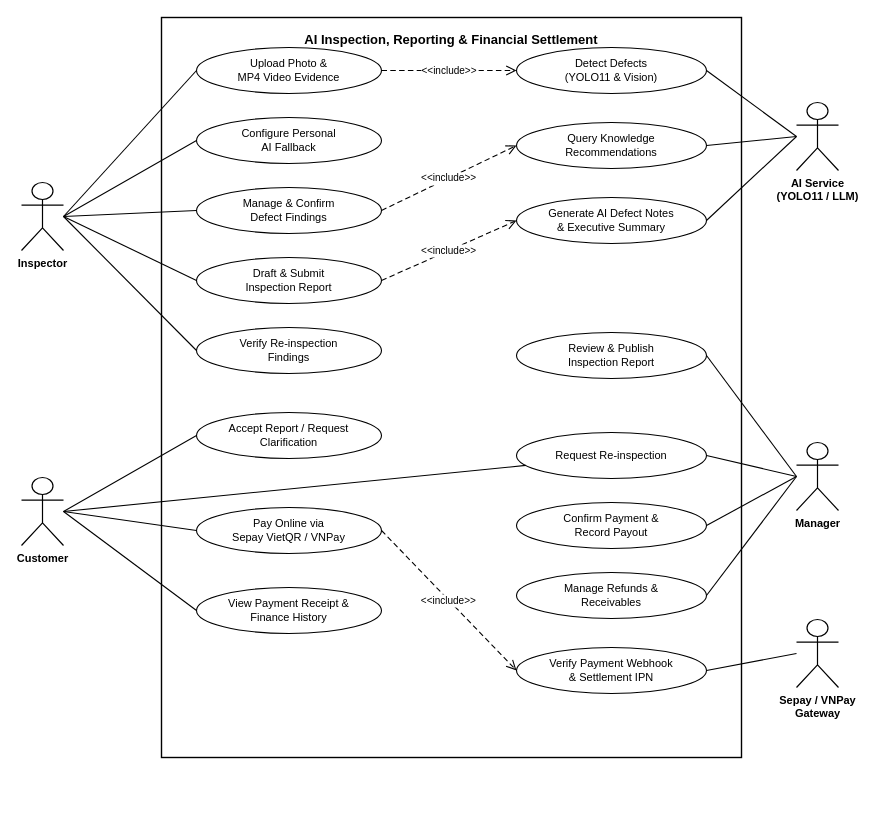
This is page "UC-4 AI, Reporting & Settlement" (4 of 5) of diagrams/smartdrone-use-case-diagrams.drawio from tungbach12/SmartDroneInspection-Docs, a draw.io file, before an edit. Source tidied: cells renumbered, new cells numbered last; positions are measured from the earlier drawing's top-left corner, leaving out a move shared by most shapes. Both pictures are drawn from the tidied source at 100%, with x=0, y=0 at pixel (21, 17).
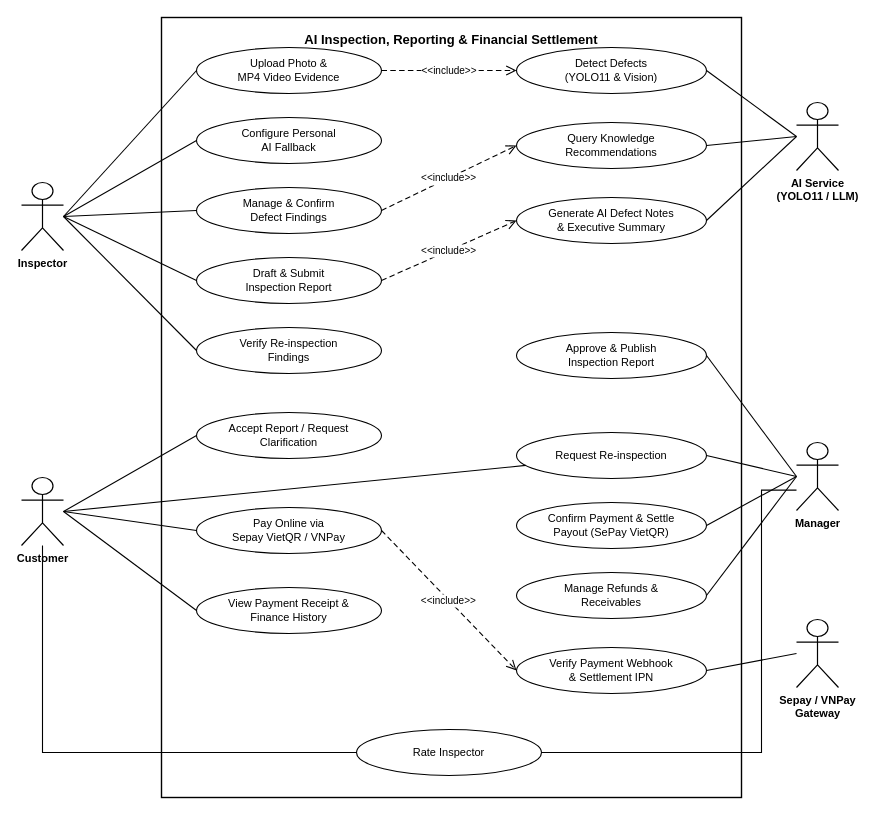
Above is the later version.

The change refers to these unchanged cells:
```xml
<mxCell id="4" value="Customer" style="shape=umlActor;verticalLabelPosition=bottom;verticalAlign=top;html=1;outlineConnect=0;fillColor=#FFFFFF;strokeColor=#000000;strokeWidth=1.2;fontColor=#000000;fontSize=11;fontStyle=1;fontFamily=Helvetica;align=center;" parent="1" vertex="1">
  <mxGeometry y="460" width="42" height="68" as="geometry" />
</mxCell>
<mxCell id="6" value="Manager" style="shape=umlActor;verticalLabelPosition=bottom;verticalAlign=top;html=1;outlineConnect=0;fillColor=#FFFFFF;strokeColor=#000000;strokeWidth=1.2;fontColor=#000000;fontSize=11;fontStyle=1;fontFamily=Helvetica;align=center;" parent="1" vertex="1">
  <mxGeometry x="775" y="425" width="42" height="68" as="geometry" />
</mxCell>
```

Change to the diagram source:
```diff
@@
     <mxCell id="2" value="AI Inspection, Reporting &amp; Financial Settlement" style="rounded=0;whiteSpace=wrap;html=1;fillColor=none;strokeColor=#000000;strokeWidth=1.4;fontColor=#000000;fontStyle=1;fontSize=13;fontFamily=Helvetica;verticalAlign=top;align=center;spacingTop=8;" parent="1" vertex="1">
-      <mxGeometry x="140" width="580" height="740" as="geometry" />
+      <mxGeometry x="140" width="580" height="780" as="geometry" />
     </mxCell>
@@
-    <mxCell id="19" value="Review &amp; Publish&lt;br&gt;Inspection Report" style="ellipse;whiteSpace=wrap;html=1;fillColor=#FFFFFF;strokeColor=#000000;strokeWidth=1.1;fontColor=#000000;fontSize=11;fontFamily=Helvetica;align=center;verticalAlign=middle;" parent="1" vertex="1">
+    <mxCell id="19" value="Approve &amp; Publish&lt;br&gt;Inspection Report" style="ellipse;whiteSpace=wrap;html=1;fillColor=#FFFFFF;strokeColor=#000000;strokeWidth=1.1;fontColor=#000000;fontSize=11;fontFamily=Helvetica;align=center;verticalAlign=middle;" parent="1" vertex="1">
       <mxGeometry x="495" y="315" width="190" height="46" as="geometry" />
     </mxCell>
@@
-    <mxCell id="21" value="Confirm Payment &amp;&lt;br&gt;Record Payout" style="ellipse;whiteSpace=wrap;html=1;fillColor=#FFFFFF;strokeColor=#000000;strokeWidth=1.1;fontColor=#000000;fontSize=11;fontFamily=Helvetica;align=center;verticalAlign=middle;" parent="1" vertex="1">
+    <mxCell id="21" value="Confirm Payment &amp; Settle&lt;br&gt;Payout (SePay VietQR)" style="ellipse;whiteSpace=wrap;html=1;fillColor=#FFFFFF;strokeColor=#000000;strokeWidth=1.1;fontColor=#000000;fontSize=11;fontFamily=Helvetica;align=center;verticalAlign=middle;" parent="1" vertex="1">
       <mxGeometry x="495" y="485" width="190" height="46" as="geometry" />
     </mxCell>
@@
+    <mxCell id="45" value="Rate Inspector" style="ellipse;whiteSpace=wrap;html=1;fillColor=#FFFFFF;strokeColor=#000000;strokeWidth=1.1;fontColor=#000000;fontSize=11;fontFamily=Helvetica;align=center;verticalAlign=middle;" parent="1" vertex="1">
+      <mxGeometry x="335" y="712" width="185" height="46" as="geometry" />
+    </mxCell>
@@
+    <mxCell id="46" style="edgeStyle=orthogonalEdgeStyle;rounded=0;html=1;strokeColor=#000000;strokeWidth=1.1;endArrow=none;exitX=0.5;exitY=1;entryX=0;entryY=0.5;" parent="1" edge="1" source="4" target="45">
+      <mxGeometry relative="1" as="geometry">
+        <Array as="points">
+          <mxPoint x="21" y="735" />
+        </Array>
+      </mxGeometry>
+    </mxCell>
+    <mxCell id="47" style="edgeStyle=orthogonalEdgeStyle;rounded=0;html=1;strokeColor=#000000;strokeWidth=1.1;endArrow=none;exitX=0;exitY=0.7;entryX=1;entryY=0.5;" parent="1" edge="1" source="6" target="45">
+      <mxGeometry relative="1" as="geometry">
+        <Array as="points">
+          <mxPoint x="740" y="473" />
+          <mxPoint x="740" y="735" />
+        </Array>
+      </mxGeometry>
+    </mxCell>
```
